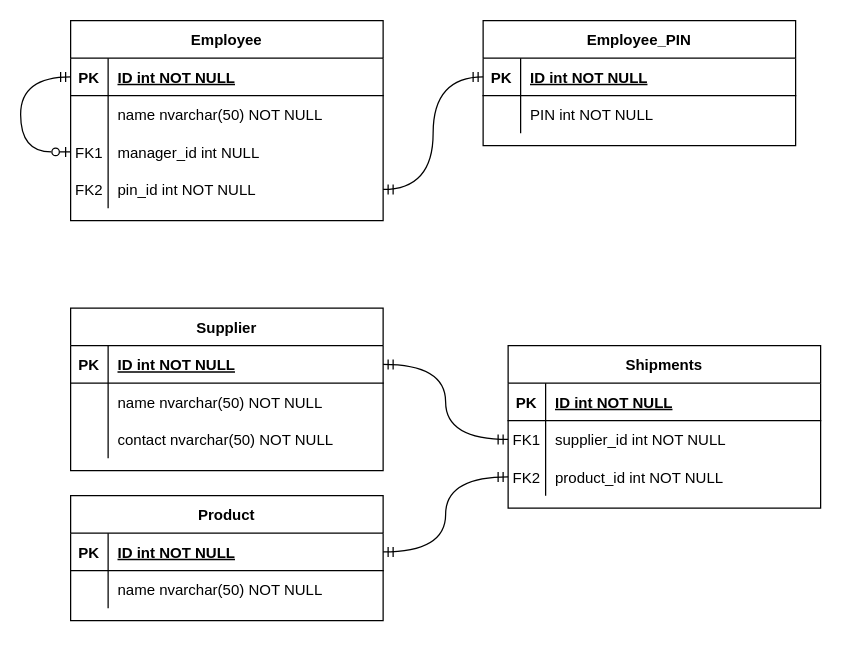
Earlier version of the draw.io diagram ERD.drawio.xml (mcdonaldduncan/Week13ERD). Source tidied: cells renumbered, new cells numbered last; positions are measured from the earlier drawing's top-left corner, leaving out a move shared by most shapes. Both pictures are drawn from the tidied source at 125%, with x=0, y=0 at pixel (20, 20).
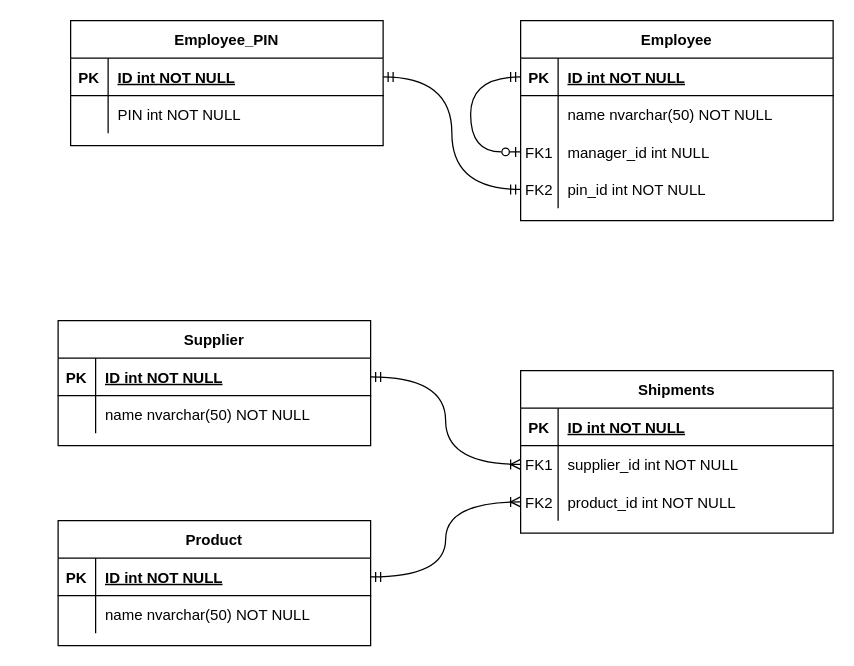
Above is the later version.

The change refers to these unchanged cells:
```xml
<mxCell id="3" style="shape=partialRectangle;fillColor=none;points=[[0,0.5],[1,0.5]];portConstraint=eastwest;top=0;left=0;right=0;bottom=1;" parent="2" vertex="1">
  <mxGeometry y="30" width="250" height="30" as="geometry" />
</mxCell>
<mxCell id="13" style="shape=partialRectangle;fillColor=none;points=[[0,0.5],[1,0.5]];portConstraint=eastwest;top=0;left=0;right=0;bottom=0;" parent="9" vertex="1">
  <mxGeometry y="60" width="250" height="30" as="geometry" />
</mxCell>
<mxCell id="16" style="shape=partialRectangle;fillColor=none;points=[[0,0.5],[1,0.5]];portConstraint=eastwest;top=0;left=0;right=0;bottom=0;" parent="9" vertex="1">
  <mxGeometry y="90" width="250" height="30" as="geometry" />
</mxCell>
<mxCell id="30" style="shape=partialRectangle;fillColor=none;points=[[0,0.5],[1,0.5]];portConstraint=eastwest;top=0;left=0;right=0;bottom=0;" parent="19" vertex="1">
  <mxGeometry y="120" width="250" height="30" as="geometry" />
</mxCell>
<mxCell id="34" style="shape=partialRectangle;fillColor=none;points=[[0,0.5],[1,0.5]];portConstraint=eastwest;top=0;left=0;right=0;bottom=1;" parent="33" vertex="1">
  <mxGeometry y="30" width="250" height="30" as="geometry" />
</mxCell>
<mxCell id="44" style="shape=partialRectangle;fillColor=none;points=[[0,0.5],[1,0.5]];portConstraint=eastwest;top=0;left=0;right=0;bottom=1;" parent="43" vertex="1">
  <mxGeometry y="30" width="250" height="30" as="geometry" />
</mxCell>
```

The edit, as a diff of the source:
```diff
@@
     <mxCell id="2" value="Employee_PIN" style="shape=table;startSize=30;childLayout=tableLayout;rowLines=0;fontStyle=1;align=center;" parent="1" vertex="1">
-      <mxGeometry x="370" width="250" height="100" as="geometry" />
+      <mxGeometry x="40" width="250" height="100" as="geometry" />
     </mxCell>
@@
     <mxCell id="9" value="Shipments" style="shape=table;startSize=30;childLayout=tableLayout;rowLines=0;fontStyle=1;align=center;" parent="1" vertex="1">
-      <mxGeometry x="390" y="260" width="250" height="130" as="geometry" />
+      <mxGeometry x="400" y="280" width="250" height="130" as="geometry" />
     </mxCell>
@@
     <mxCell id="19" value="Employee" style="shape=table;startSize=30;childLayout=tableLayout;rowLines=0;fontStyle=1;align=center;" parent="1" vertex="1">
-      <mxGeometry x="40" width="250" height="160" as="geometry" />
+      <mxGeometry x="400" width="250" height="160" as="geometry" />
     </mxCell>
@@
     <mxCell id="33" value="Supplier" style="shape=table;startSize=30;childLayout=tableLayout;rowLines=0;fontStyle=1;align=center;" parent="1" vertex="1">
-      <mxGeometry x="40" y="230" width="250" height="130" as="geometry" />
+      <mxGeometry x="30" y="240" width="250" height="100" as="geometry" />
     </mxCell>
@@
-    <mxCell id="40" style="shape=partialRectangle;fillColor=none;top=0;left=0;right=0;bottom=0;" parent="33" vertex="1">
-      <mxGeometry y="90" width="250" height="30" as="geometry" />
-    </mxCell>
-    <mxCell id="41" style="shape=partialRectangle;overflow=hidden;fillColor=none;top=0;left=0;bottom=0;right=0;" parent="40" vertex="1">
-      <mxGeometry width="30" height="30" as="geometry" />
-    </mxCell>
-    <mxCell id="42" value="contact nvarchar(50) NOT NULL" style="shape=partialRectangle;overflow=hidden;fillColor=none;top=0;left=0;bottom=0;right=0;align=left;spacingLeft=6;" parent="40" vertex="1">
-      <mxGeometry x="30" width="220" height="30" as="geometry" />
-    </mxCell>
     <mxCell id="43" value="Product" style="shape=table;startSize=30;childLayout=tableLayout;rowLines=0;fontStyle=1;align=center;" parent="1" vertex="1">
-      <mxGeometry x="40" y="380" width="250" height="100" as="geometry" />
+      <mxGeometry x="30" y="400" width="250" height="100" as="geometry" />
     </mxCell>
@@
-    <mxCell id="50" style="edgeStyle=orthogonalEdgeStyle;curved=1;rounded=0;jettySize=auto;html=1;entryX=1;entryY=0.5;entryDx=0;entryDy=0;startArrow=ERmandOne;startFill=0;endArrow=ERmandOne;endFill=0;" parent="1" edge="1" source="3" target="30">
+    <mxCell id="50" style="rounded=0;jettySize=auto;html=1;entryX=0;entryY=0.5;entryDx=0;entryDy=0;startArrow=ERmandOne;startFill=0;endArrow=ERmandOne;endFill=0;edgeStyle=orthogonalEdgeStyle;curved=1;" parent="1" edge="1" source="3" target="30">
       <mxGeometry relative="1" as="geometry" />
     </mxCell>
-    <mxCell id="51" style="edgeStyle=orthogonalEdgeStyle;curved=1;rounded=0;jettySize=auto;html=1;entryX=0;entryY=0.5;entryDx=0;entryDy=0;startArrow=ERmandOne;startFill=0;endArrow=ERmandOne;endFill=0;exitX=1;exitY=0.5;exitDx=0;exitDy=0;" parent="1" edge="1" source="44" target="16">
+    <mxCell id="51" style="edgeStyle=orthogonalEdgeStyle;curved=1;rounded=0;jettySize=auto;html=1;entryX=0;entryY=0.5;entryDx=0;entryDy=0;startArrow=ERmandOne;startFill=0;endArrow=ERoneToMany;endFill=0;exitX=1;exitY=0.5;exitDx=0;exitDy=0;" parent="1" edge="1" source="44" target="16">
       <mxGeometry relative="1" as="geometry" />
     </mxCell>
-    <mxCell id="52" style="edgeStyle=orthogonalEdgeStyle;curved=1;rounded=0;jettySize=auto;html=1;exitX=1;exitY=0.5;exitDx=0;exitDy=0;entryX=0;entryY=0.5;entryDx=0;entryDy=0;startArrow=ERmandOne;startFill=0;endArrow=ERmandOne;endFill=0;" parent="1" edge="1" source="34" target="13">
+    <mxCell id="52" style="edgeStyle=orthogonalEdgeStyle;curved=1;rounded=0;jettySize=auto;html=1;exitX=1;exitY=0.5;exitDx=0;exitDy=0;entryX=0;entryY=0.5;entryDx=0;entryDy=0;startArrow=ERmandOne;startFill=0;endArrow=ERoneToMany;endFill=0;" parent="1" edge="1" source="34" target="13">
       <mxGeometry relative="1" as="geometry" />
     </mxCell>
```
